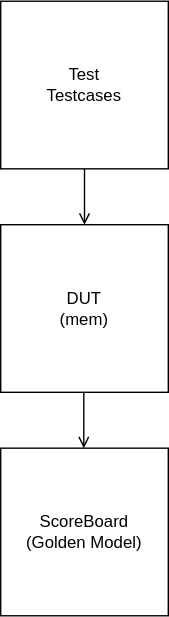
ADN-VLSI/SC-SoC keeps this draw.io diagram as document/mem_tb_verification.drawio.svg. Above is the earlier version. Source tidied: cells renumbered, new cells last; positions are measured from the earlier drawing's top-left corner, leaving out a move shared by most shapes. Source of this version:
```xml
<mxGraphModel>
  <root>
    <mxCell id="0" />
    <mxCell id="1" parent="0" />
    <mxCell id="2" value="Test&lt;div&gt;Testcases&lt;/div&gt;" style="whiteSpace=wrap;html=1;" parent="1" vertex="1">
      <mxGeometry width="120" height="120" as="geometry" />
    </mxCell>
    <mxCell id="3" value="DUT&lt;div&gt;(mem)&lt;/div&gt;" style="whiteSpace=wrap;html=1;" parent="1" vertex="1">
      <mxGeometry y="160" width="120" height="120" as="geometry" />
    </mxCell>
    <mxCell id="4" value="ScoreBoard&lt;br&gt;(Golden Model)" style="whiteSpace=wrap;html=1;" parent="1" vertex="1">
      <mxGeometry y="320" width="120" height="120" as="geometry" />
    </mxCell>
    <mxCell id="5" style="endArrow=open;html=1;exitX=0.5;exitY=1;exitDx=0;exitDy=0;endFill=0;" parent="1" edge="1" source="2" target="3">
      <mxGeometry relative="1" as="geometry" />
    </mxCell>
    <mxCell id="6" style="endArrow=open;html=1;exitX=0.5;exitY=1;exitDx=0;exitDy=0;endFill=0;" parent="1" edge="1">
      <mxGeometry relative="1" as="geometry">
        <mxPoint x="59.5" y="280" as="sourcePoint" />
        <mxPoint x="59.5" y="320" as="targetPoint" />
      </mxGeometry>
    </mxCell>
  </root>
</mxGraphModel>
```
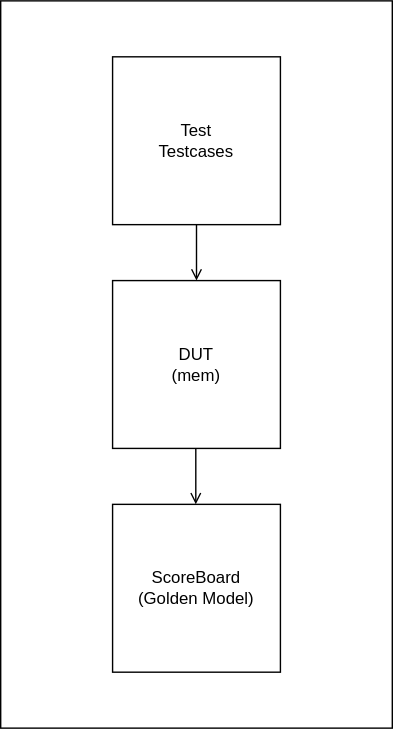
After the change.

The edit, as a diff of the source:
```diff
@@ -2,6 +2,9 @@
   <root>
     <mxCell id="0" />
     <mxCell id="1" parent="0" />
+    <mxCell id="7" style="rounded=0;whiteSpace=wrap;html=1;" parent="1" vertex="1">
+      <mxGeometry x="-80" y="-40" width="280" height="520" as="geometry" />
+    </mxCell>
     <mxCell id="2" value="Test&lt;div&gt;Testcases&lt;/div&gt;" style="whiteSpace=wrap;html=1;" parent="1" vertex="1">
       <mxGeometry width="120" height="120" as="geometry" />
     </mxCell>
```
